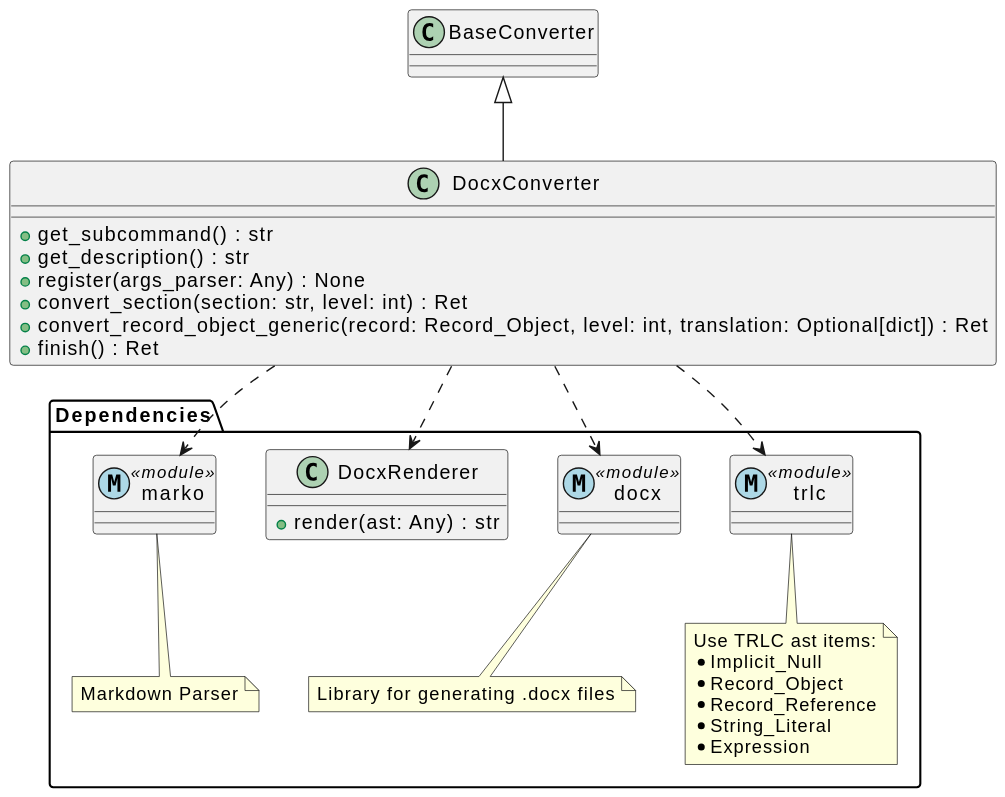
Earlier version of the PlantUML export unstable/comp_docx_converter.svg (NewTec-GmbH/pyTRLCConverter). Source of this version:
```plantuml
@startuml
class BaseConverter {
}

class DocxConverter extends BaseConverter {
    +get_subcommand() : str
    +get_description() : str
    +register(args_parser: Any) : None
    +convert_section(section: str, level: int) : Ret
    +convert_record_object_generic(record: Record_Object, level: int, translation: Optional[dict]) : Ret
    +finish() : Ret
}

package "Dependencies" {

    class trlc <<(M ,lightblue) module>>{
    }

    note bottom of trlc
        Use TRLC ast items:
        * Implicit_Null
        * Record_Object
        * Record_Reference
        * String_Literal
        * Expression
    end note


    class docx <<(M ,lightblue) module>>{
    }
    note bottom of docx
        Library for generating .docx files
    end note

    class DocxRenderer {
        + render(ast: Any) : str
    }

    class marko <<(M ,lightblue) module>> {
    }
    note bottom of marko
        Markdown Parser
    end note
}

DocxConverter ..> trlc
DocxConverter ..> docx
DocxConverter ..> DocxRenderer
DocxConverter ..> marko
@enduml
```
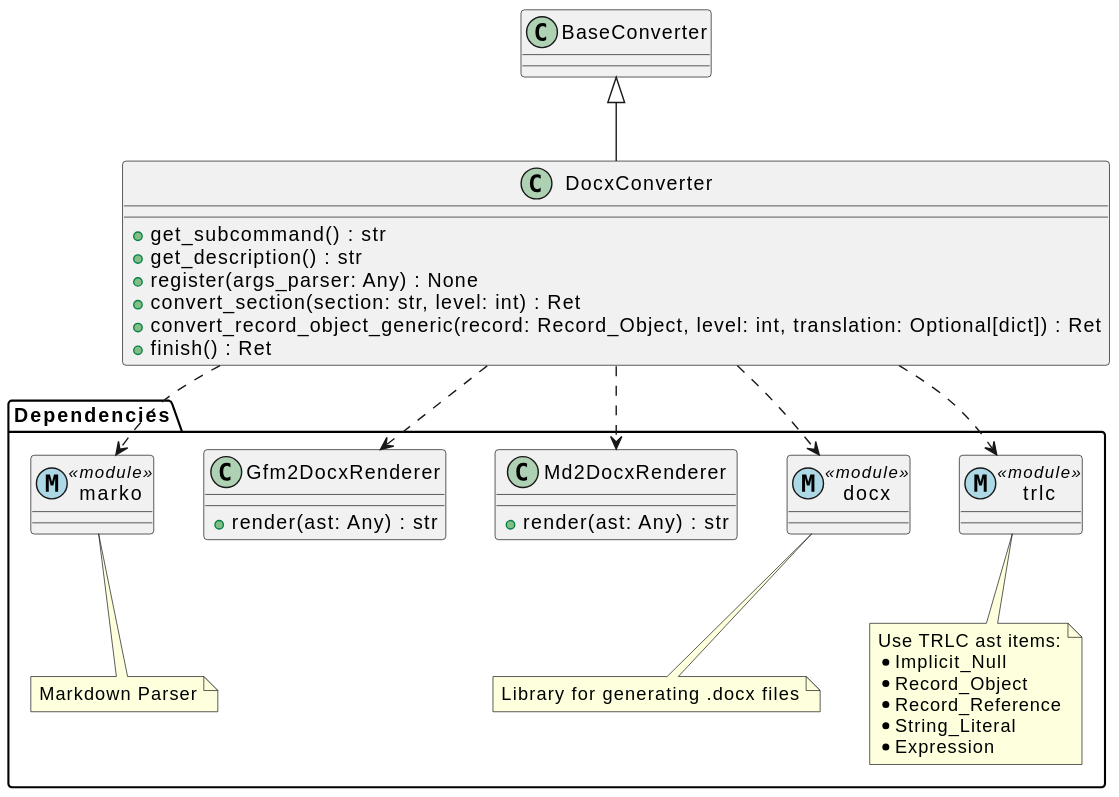
The same file after the commit.

The edit, as a diff of the source:
```diff
@@ -32,7 +32,11 @@
         Library for generating .docx files
     end note
 
-    class DocxRenderer {
+    class Md2DocxRenderer {
+        + render(ast: Any) : str
+    }
+
+    class Gfm2DocxRenderer {
         + render(ast: Any) : str
     }
 
@@ -45,6 +49,7 @@
 
 DocxConverter ..> trlc
 DocxConverter ..> docx
-DocxConverter ..> DocxRenderer
+DocxConverter ..> Md2DocxRenderer
+DocxConverter ..> Gfm2DocxRenderer
 DocxConverter ..> marko
 @enduml
```
